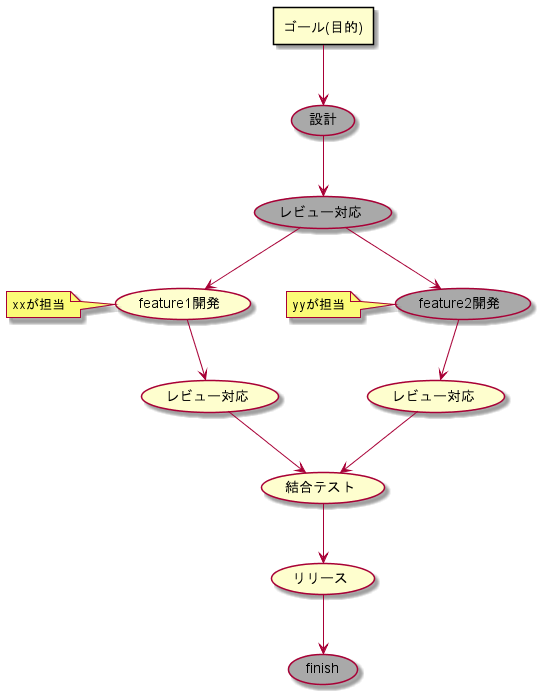
This is dag.png from ddddddO/gdag, a PlantUML export, as it was before one commit. The source it was exported from:
```plantuml
@startuml
rectangle "ゴール(目的)" as 1
usecase "設計" as 2 #DarkGray
usecase "レビュー対応" as 3 #DarkGray
usecase "feature1開発" as 4
note left
xxが担当
end note
usecase "レビュー対応" as 5
usecase "結合テスト" as 8
usecase "リリース" as 9
usecase "finish" as 10 #DarkGray
usecase "feature2開発" as 6 #DarkGray
note left
yyが担当
end note
usecase "レビュー対応" as 7
usecase "結合テスト" as 8
usecase "リリース" as 9
usecase "finish" as 10 #DarkGray

1 --> 2
2 --> 3
3 --> 4
4 --> 5
5 --> 8
8 --> 9
9 --> 10
3 --> 6
6 --> 7
7 --> 8

@enduml
```
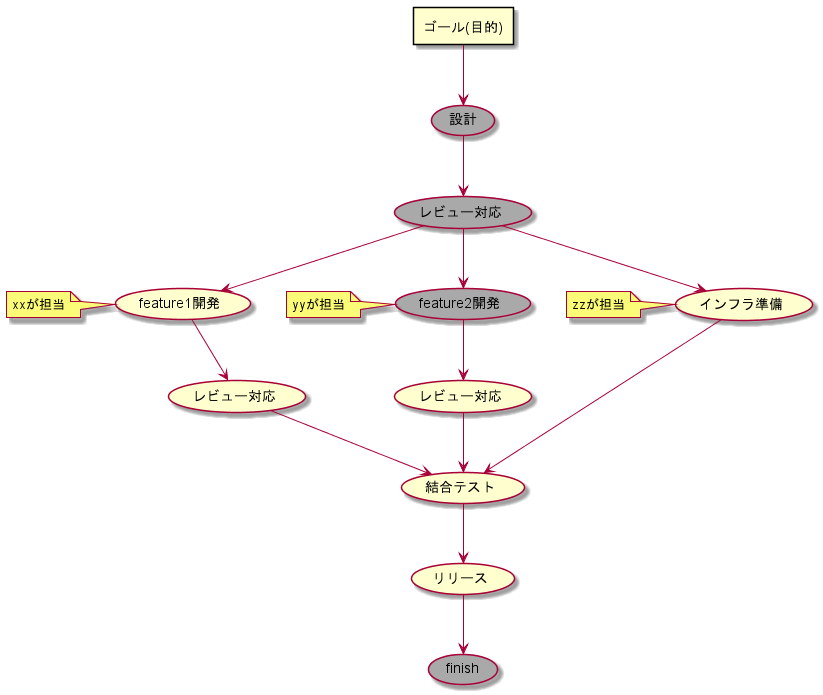
After the commit.

Diff of the diagram source:
```diff
@@ -7,27 +7,30 @@
 xxが担当
 end note
 usecase "レビュー対応" as 5
-usecase "結合テスト" as 8
-usecase "リリース" as 9
-usecase "finish" as 10 #DarkGray
+usecase "結合テスト" as 9
+usecase "リリース" as 10
+usecase "finish" as 11 #DarkGray
 usecase "feature2開発" as 6 #DarkGray
 note left
 yyが担当
 end note
 usecase "レビュー対応" as 7
-usecase "結合テスト" as 8
-usecase "リリース" as 9
-usecase "finish" as 10 #DarkGray
+usecase "インフラ準備" as 8
+note left
+zzが担当
+end note
 
 1 --> 2
 2 --> 3
 3 --> 4
 4 --> 5
-5 --> 8
-8 --> 9
+5 --> 9
 9 --> 10
+10 --> 11
 3 --> 6
 6 --> 7
-7 --> 8
+7 --> 9
+3 --> 8
+8 --> 9
 
 @enduml
```
